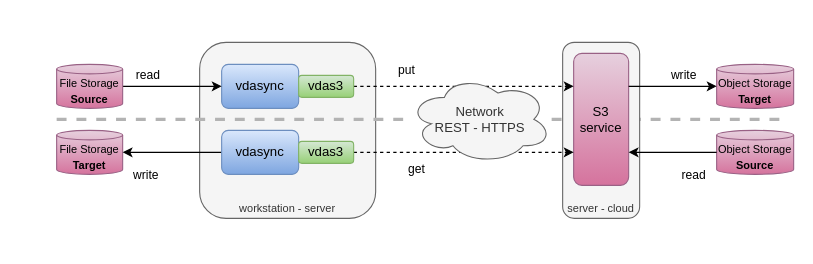
Earlier version of the draw.io diagram page "encryptl" (7 of 11) of docs/images/vdasync.drawio (t-beigbeder/vdasync). Source tidied: cells renumbered, new cells numbered last; positions are measured from the earlier drawing's top-left corner, leaving out a move shared by most shapes. Both pictures are drawn from the tidied source at 110%, with x=0, y=0 at pixel (56, 42).
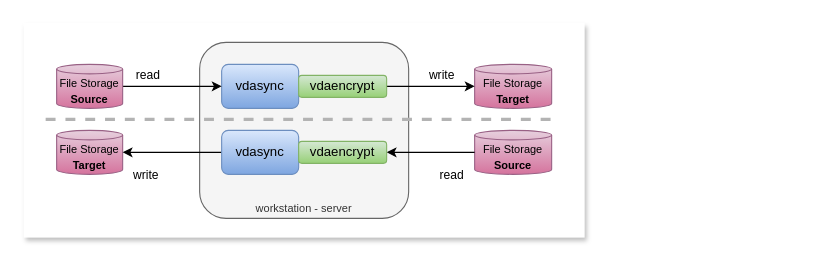
After the change.

Diff of the diagram source:
```diff
@@
-    <mxCell id="2" style="endArrow=none;html=1;rounded=0;dashed=1;strokeColor=#B3B3B3;strokeWidth=3;" parent="1" edge="1" source="21">
-      <mxGeometry relative="1" as="geometry">
-        <mxPoint x="660" y="70" as="targetPoint" />
-      </mxGeometry>
-    </mxCell>
+    <mxCell id="22" style="rounded=0;whiteSpace=wrap;html=1;shadow=1;glass=0;strokeColor=none;" parent="1" vertex="1">
+      <mxGeometry x="-30" y="-17.5" width="510" height="195" as="geometry" />
+    </mxCell>
     <mxCell id="3" value="workstation - server" style="rounded=1;whiteSpace=wrap;html=1;verticalAlign=bottom;fillColor=#f5f5f5;fontColor=#333333;strokeColor=#666666;fontSize=10;" parent="1" vertex="1">
-      <mxGeometry x="130" width="160" height="160" as="geometry" />
+      <mxGeometry x="130" width="190" height="160" as="geometry" />
     </mxCell>
-    <mxCell id="4" value="server - cloud" style="rounded=1;whiteSpace=wrap;html=1;verticalAlign=bottom;fillColor=#f5f5f5;fontColor=#333333;strokeColor=#666666;fontSize=10;" parent="1" vertex="1">
-      <mxGeometry x="460" width="70" height="160" as="geometry" />
-    </mxCell>
@@
-    <mxCell id="10" value="S3 service" style="rounded=1;whiteSpace=wrap;html=1;fillColor=#e6d0de;strokeColor=#996185;gradientColor=#d5739d;" parent="1" vertex="1">
-      <mxGeometry x="470" y="10" width="50" height="120" as="geometry" />
-    </mxCell>
-    <mxCell id="11" value="put" style="endArrow=classic;html=1;rounded=0;exitX=1;exitY=0.5;exitDx=0;exitDy=0;entryX=0;entryY=0.25;entryDx=0;entryDy=0;dashed=1;" parent="1" edge="1" source="18" target="10">
-      <mxGeometry x="-0.52" y="15" relative="1" as="geometry" />
-    </mxCell>
-    <mxCell id="12" value="&lt;font style=&quot;font-size: 10px;&quot;&gt;Object Storage&lt;/font&gt;&lt;div&gt;&lt;font style=&quot;font-size: 10px;&quot;&gt;&lt;b&gt;Target&lt;/b&gt;&lt;/font&gt;&lt;/div&gt;" style="shape=cylinder3;whiteSpace=wrap;html=1;boundedLbl=1;backgroundOutline=1;size=4.3333333333334;fillColor=#e6d0de;strokeColor=#996185;gradientColor=#d5739d;" parent="1" vertex="1">
-      <mxGeometry x="600" y="20" width="70" height="40" as="geometry" />
+    <mxCell id="12" value="&lt;font style=&quot;font-size: 10px;&quot;&gt;File Storage&lt;/font&gt;&lt;div&gt;&lt;font style=&quot;font-size: 10px;&quot;&gt;&lt;b&gt;Target&lt;/b&gt;&lt;/font&gt;&lt;/div&gt;" style="shape=cylinder3;whiteSpace=wrap;html=1;boundedLbl=1;backgroundOutline=1;size=4.3333333333334;fillColor=#e6d0de;strokeColor=#996185;gradientColor=#d5739d;" parent="1" vertex="1">
+      <mxGeometry x="380" y="20" width="70" height="40" as="geometry" />
     </mxCell>
-    <mxCell id="13" value="&lt;font style=&quot;font-size: 10px;&quot;&gt;Object Storage&lt;/font&gt;&lt;div&gt;&lt;font style=&quot;font-size: 10px;&quot;&gt;&lt;b&gt;Source&lt;/b&gt;&lt;/font&gt;&lt;/div&gt;" style="shape=cylinder3;whiteSpace=wrap;html=1;boundedLbl=1;backgroundOutline=1;size=4.3333333333334;fillColor=#e6d0de;strokeColor=#996185;gradientColor=#d5739d;" parent="1" vertex="1">
-      <mxGeometry x="600" y="80" width="70" height="40" as="geometry" />
+    <mxCell id="13" value="&lt;font style=&quot;font-size: 10px;&quot;&gt;File Storage&lt;/font&gt;&lt;div&gt;&lt;font style=&quot;font-size: 10px;&quot;&gt;&lt;b&gt;Source&lt;/b&gt;&lt;/font&gt;&lt;/div&gt;" style="shape=cylinder3;whiteSpace=wrap;html=1;boundedLbl=1;backgroundOutline=1;size=4.3333333333334;fillColor=#e6d0de;strokeColor=#996185;gradientColor=#d5739d;" parent="1" vertex="1">
+      <mxGeometry x="380" y="80" width="70" height="40" as="geometry" />
     </mxCell>
-    <mxCell id="14" value="write" style="endArrow=classic;html=1;rounded=0;entryX=0;entryY=0.5;entryDx=0;entryDy=0;exitX=1;exitY=0.25;exitDx=0;exitDy=0;entryPerimeter=0;" parent="1" edge="1" source="10" target="12">
+    <mxCell id="14" value="write" style="endArrow=classic;html=1;rounded=0;entryX=0;entryY=0.5;entryDx=0;entryDy=0;exitX=1;exitY=0.5;exitDx=0;exitDy=0;entryPerimeter=0;" parent="1" edge="1" source="18" target="12">
       <mxGeometry x="0.25" y="10" relative="1" as="geometry" />
     </mxCell>
-    <mxCell id="15" value="get" style="endArrow=classic;html=1;rounded=0;exitX=1;exitY=0.5;exitDx=0;exitDy=0;entryX=0;entryY=0.75;entryDx=0;entryDy=0;dashed=1;" parent="1" edge="1" source="19" target="10">
-      <mxGeometry x="-0.43" y="-15" relative="1" as="geometry" />
-    </mxCell>
-    <mxCell id="16" value="read" style="endArrow=classic;html=1;rounded=0;entryX=1;entryY=0.75;entryDx=0;entryDy=0;exitX=0;exitY=0.5;exitDx=0;exitDy=0;exitPerimeter=0;" parent="1" edge="1" source="13" target="10">
+    <mxCell id="16" value="read" style="endArrow=classic;html=1;rounded=0;entryX=1;entryY=0.5;entryDx=0;entryDy=0;exitX=0;exitY=0.5;exitDx=0;exitDy=0;exitPerimeter=0;" parent="1" edge="1" source="13" target="19">
       <mxGeometry x="-0.47" y="21" relative="1" as="geometry" />
     </mxCell>
@@
-    <mxCell id="18" value="vdas3" style="rounded=1;whiteSpace=wrap;html=1;fillColor=#d5e8d4;strokeColor=#82b366;gradientColor=#97d077;" parent="1" vertex="1">
-      <mxGeometry x="220" y="30" width="50" height="20" as="geometry" />
+    <mxCell id="18" value="vdaencrypt" style="rounded=1;whiteSpace=wrap;html=1;fillColor=#d5e8d4;strokeColor=#82b366;gradientColor=#97d077;" parent="1" vertex="1">
+      <mxGeometry x="220" y="30" width="80" height="20" as="geometry" />
     </mxCell>
-    <mxCell id="19" value="vdas3" style="rounded=1;whiteSpace=wrap;html=1;fillColor=#d5e8d4;strokeColor=#82b366;gradientColor=#97d077;" parent="1" vertex="1">
-      <mxGeometry x="220" y="90" width="50" height="20" as="geometry" />
+    <mxCell id="19" value="vdaencrypt" style="rounded=1;whiteSpace=wrap;html=1;fillColor=#d5e8d4;strokeColor=#82b366;gradientColor=#97d077;" parent="1" vertex="1">
+      <mxGeometry x="220" y="90" width="80" height="20" as="geometry" />
     </mxCell>
-    <mxCell id="20" style="endArrow=none;html=1;rounded=0;dashed=1;strokeColor=#B3B3B3;strokeWidth=3;" parent="1" edge="1" target="21">
+    <mxCell id="20" style="endArrow=none;html=1;rounded=0;dashed=1;strokeColor=#B3B3B3;strokeWidth=3;" parent="1" edge="1">
       <mxGeometry relative="1" as="geometry">
-        <mxPoint y="70" as="sourcePoint" />
+        <mxPoint x="-10" y="70" as="sourcePoint" />
+        <mxPoint x="450" y="70" as="targetPoint" />
       </mxGeometry>
     </mxCell>
-    <mxCell id="21" value="Network&lt;div&gt;REST - HTTPS&lt;/div&gt;" style="ellipse;shape=cloud;whiteSpace=wrap;html=1;fillColor=#f5f5f5;fontColor=#333333;strokeColor=#666666;" parent="1" vertex="1">
-      <mxGeometry x="320" y="30" width="130" height="80" as="geometry" />
-    </mxCell>
```
